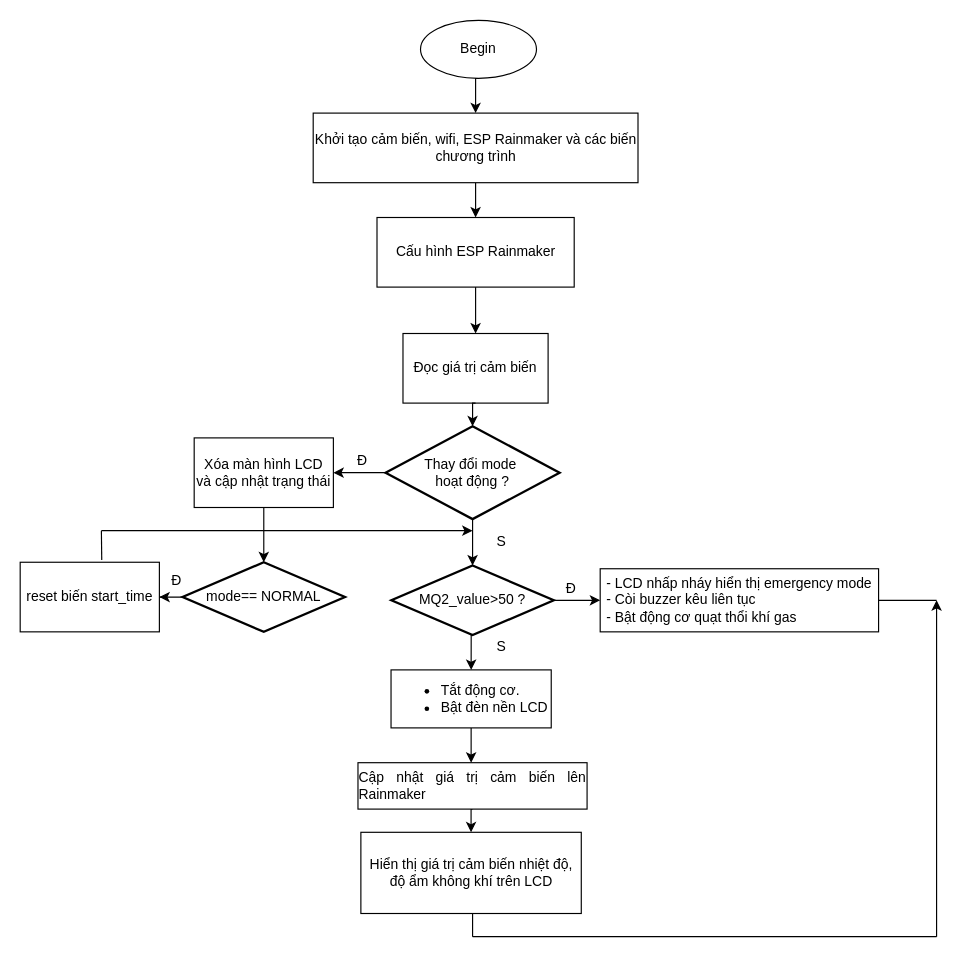
Before: page "home" (1 of 3) of home.drawio in 106210049/Smart-home, a draw.io diagram. Source tidied: cells renumbered, new cells numbered last; positions are measured from the earlier drawing's top-left corner, leaving out a move shared by most shapes. Both pictures are drawn from the tidied source at 116%, with x=0, y=0 at pixel (20, 20).
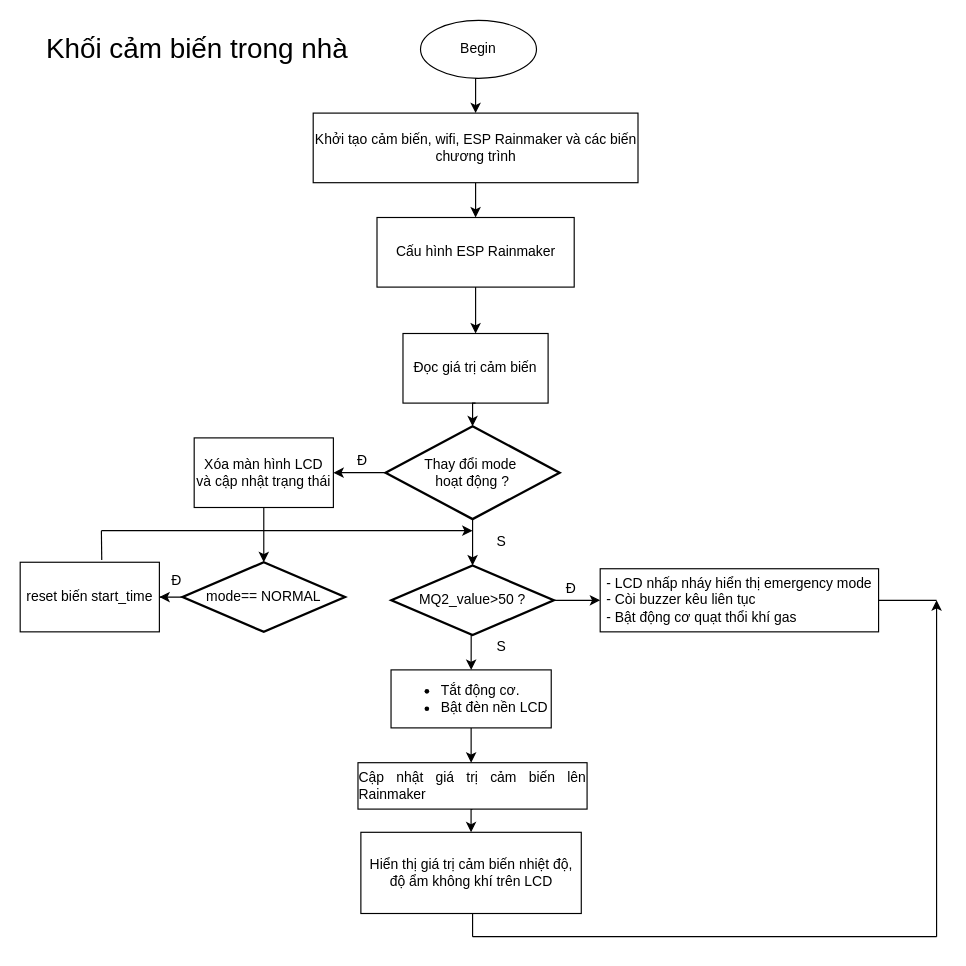
Above is the later version.

What changed in the source:
```diff
@@
+    <mxCell id="38" value="&lt;font style=&quot;font-size: 24px;&quot;&gt;Khối cảm biến trong nhà&amp;nbsp;&lt;/font&gt;" style="text;strokeColor=none;align=center;fillColor=none;html=1;verticalAlign=middle;whiteSpace=wrap;rounded=0;" parent="1" vertex="1">
+      <mxGeometry x="21.1" y="10" width="270" height="30" as="geometry" />
+    </mxCell>
```
